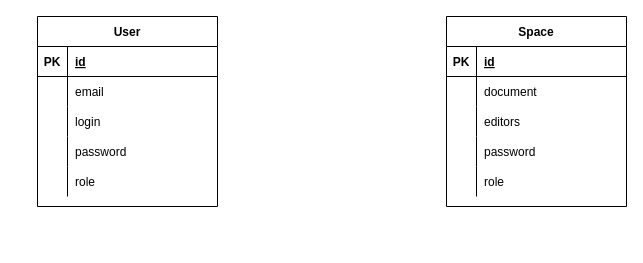
Above: src/main/resources/templates/drawio/Entity_relation_diagram.drawio in Fischerskii/shamal-notepad (draw.io), before the change. Source tidied: cells renumbered, new cells numbered last; positions are measured from the earlier drawing's top-left corner, leaving out a move shared by most shapes. Both pictures are drawn from the tidied source at 100%, with x=0, y=0 at pixel (37, 16).
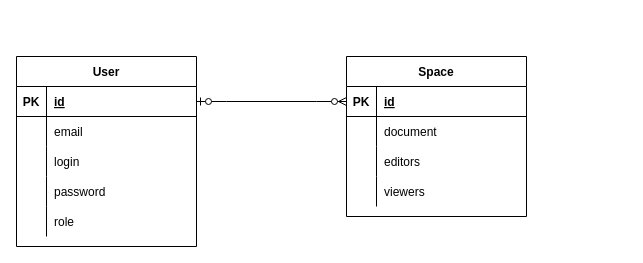
Above is the later version.

What changed in the source:
```diff
@@
     <mxCell id="2" value="User" style="shape=table;startSize=30;childLayout=tableLayout;rowLines=0;fontStyle=1;align=center;" parent="1" vertex="1">
-      <mxGeometry width="180" height="190" as="geometry" />
+      <mxGeometry x="-21" y="40" width="180" height="190" as="geometry" />
     </mxCell>
-    <mxCell id="3" style="shape=tableRow;horizontal=0;startSize=0;swimlaneHead=0;swimlaneBody=0;fillColor=none;top=0;left=0;right=0;bottom=1;" parent="2" vertex="1">
-      <mxGeometry y="30" width="180" height="30" as="geometry" />
-    </mxCell>
-    <mxCell id="4" value="PK" style="shape=partialRectangle;fillColor=none;top=0;left=0;bottom=0;right=0;fontStyle=1;overflow=hidden;" parent="3" vertex="1">
-      <mxGeometry width="30" height="30" as="geometry" />
-    </mxCell>
-    <mxCell id="5" value="id" style="shape=partialRectangle;fillColor=none;top=0;left=0;bottom=0;right=0;align=left;spacingLeft=6;fontStyle=5;overflow=hidden;" parent="3" vertex="1">
-      <mxGeometry x="30" width="150" height="30" as="geometry" />
-    </mxCell>
-    <mxCell id="6" style="shape=tableRow;horizontal=0;startSize=0;swimlaneHead=0;swimlaneBody=0;fillColor=none;top=0;left=0;right=0;bottom=0;" parent="2" vertex="1">
-      <mxGeometry y="60" width="180" height="30" as="geometry" />
-    </mxCell>
-    <mxCell id="7" style="shape=partialRectangle;fillColor=none;top=0;left=0;bottom=0;right=0;overflow=hidden;" parent="6" vertex="1">
-      <mxGeometry width="30" height="30" as="geometry" />
-    </mxCell>
+    <mxCell id="34" style="shape=tableRow;horizontal=0;startSize=0;swimlaneHead=0;swimlaneBody=0;fillColor=none;points=[[0,0.5],[1,0.5]];portConstraint=eastwest;top=0;left=0;right=0;bottom=1;" parent="2" vertex="1">
+      <mxGeometry y="30" width="180" height="30" as="geometry" />
+    </mxCell>
+    <mxCell id="35" value="PK" style="shape=partialRectangle;fillColor=none;top=0;left=0;bottom=0;right=0;fontStyle=1;overflow=hidden;" parent="34" vertex="1">
+      <mxGeometry width="30" height="30" as="geometry" />
+    </mxCell>
+    <mxCell id="36" value="id" style="shape=partialRectangle;fillColor=none;top=0;left=0;bottom=0;right=0;align=left;spacingLeft=6;fontStyle=5;overflow=hidden;" parent="34" vertex="1">
+      <mxGeometry x="30" width="150" height="30" as="geometry" />
+    </mxCell>
+    <mxCell id="37" style="shape=tableRow;horizontal=0;startSize=0;swimlaneHead=0;swimlaneBody=0;fillColor=none;top=0;left=0;right=0;bottom=0;" parent="2" vertex="1">
+      <mxGeometry y="60" width="180" height="30" as="geometry" />
+    </mxCell>
+    <mxCell id="38" style="shape=partialRectangle;fillColor=none;top=0;left=0;bottom=0;right=0;overflow=hidden;" parent="37" vertex="1">
+      <mxGeometry width="30" height="30" as="geometry" />
+    </mxCell>
-    <mxCell id="8" value="email" style="shape=partialRectangle;fillColor=none;top=0;left=0;bottom=0;right=0;align=left;spacingLeft=6;overflow=hidden;" parent="6" vertex="1">
+    <mxCell id="8" value="email" style="shape=partialRectangle;fillColor=none;top=0;left=0;bottom=0;right=0;align=left;spacingLeft=6;overflow=hidden;" parent="37" vertex="1">
       <mxGeometry x="30" width="150" height="30" as="geometry" />
     </mxCell>
-    <mxCell id="9" style="shape=tableRow;horizontal=0;startSize=0;swimlaneHead=0;swimlaneBody=0;fillColor=none;top=0;left=0;right=0;bottom=0;" parent="2" vertex="1">
-      <mxGeometry y="90" width="180" height="30" as="geometry" />
-    </mxCell>
-    <mxCell id="10" style="shape=partialRectangle;fillColor=none;top=0;left=0;bottom=0;right=0;overflow=hidden;" parent="9" vertex="1">
-      <mxGeometry width="30" height="30" as="geometry" />
-    </mxCell>
+    <mxCell id="39" style="shape=tableRow;horizontal=0;startSize=0;swimlaneHead=0;swimlaneBody=0;fillColor=none;top=0;left=0;right=0;bottom=0;" parent="2" vertex="1">
+      <mxGeometry y="90" width="180" height="30" as="geometry" />
+    </mxCell>
+    <mxCell id="40" style="shape=partialRectangle;fillColor=none;top=0;left=0;bottom=0;right=0;overflow=hidden;" parent="39" vertex="1">
+      <mxGeometry width="30" height="30" as="geometry" />
+    </mxCell>
-    <mxCell id="11" value="login" style="shape=partialRectangle;fillColor=none;top=0;left=0;bottom=0;right=0;align=left;spacingLeft=6;overflow=hidden;" parent="9" vertex="1">
+    <mxCell id="11" value="login" style="shape=partialRectangle;fillColor=none;top=0;left=0;bottom=0;right=0;align=left;spacingLeft=6;overflow=hidden;" parent="39" vertex="1">
       <mxGeometry x="30" width="150" height="30" as="geometry" />
     </mxCell>
-    <mxCell id="12" style="shape=tableRow;horizontal=0;startSize=0;swimlaneHead=0;swimlaneBody=0;fillColor=none;top=0;left=0;right=0;bottom=0;" parent="2" vertex="1">
-      <mxGeometry y="120" width="180" height="30" as="geometry" />
-    </mxCell>
-    <mxCell id="13" style="shape=partialRectangle;fillColor=none;top=0;left=0;bottom=0;right=0;overflow=hidden;" parent="12" vertex="1">
-      <mxGeometry width="30" height="30" as="geometry" />
-    </mxCell>
-    <mxCell id="14" value="password" style="shape=partialRectangle;fillColor=none;top=0;left=0;bottom=0;right=0;align=left;spacingLeft=6;overflow=hidden;" parent="12" vertex="1">
-      <mxGeometry x="30" width="150" height="30" as="geometry" />
-    </mxCell>
-    <mxCell id="15" style="shape=tableRow;horizontal=0;startSize=0;swimlaneHead=0;swimlaneBody=0;fillColor=none;top=0;left=0;right=0;bottom=0;" parent="2" vertex="1">
-      <mxGeometry y="150" width="180" height="30" as="geometry" />
-    </mxCell>
-    <mxCell id="16" style="shape=partialRectangle;fillColor=none;top=0;left=0;bottom=0;right=0;overflow=hidden;" parent="15" vertex="1">
-      <mxGeometry width="30" height="30" as="geometry" />
-    </mxCell>
-    <mxCell id="17" value="role" style="shape=partialRectangle;fillColor=none;top=0;left=0;bottom=0;right=0;align=left;spacingLeft=6;overflow=hidden;" parent="15" vertex="1">
-      <mxGeometry x="30" width="150" height="30" as="geometry" />
-    </mxCell>
+    <mxCell id="41" style="shape=tableRow;horizontal=0;startSize=0;swimlaneHead=0;swimlaneBody=0;fillColor=none;top=0;left=0;right=0;bottom=0;" parent="2" vertex="1">
+      <mxGeometry y="120" width="180" height="30" as="geometry" />
+    </mxCell>
+    <mxCell id="42" style="shape=partialRectangle;fillColor=none;top=0;left=0;bottom=0;right=0;overflow=hidden;" parent="41" vertex="1">
+      <mxGeometry width="30" height="30" as="geometry" />
+    </mxCell>
+    <mxCell id="43" value="password" style="shape=partialRectangle;fillColor=none;top=0;left=0;bottom=0;right=0;align=left;spacingLeft=6;overflow=hidden;" parent="41" vertex="1">
+      <mxGeometry x="30" width="150" height="30" as="geometry" />
+    </mxCell>
+    <mxCell id="44" style="shape=tableRow;horizontal=0;startSize=0;swimlaneHead=0;swimlaneBody=0;fillColor=none;top=0;left=0;right=0;bottom=0;" parent="2" vertex="1">
+      <mxGeometry y="150" width="180" height="30" as="geometry" />
+    </mxCell>
+    <mxCell id="45" style="shape=partialRectangle;fillColor=none;top=0;left=0;bottom=0;right=0;overflow=hidden;" parent="44" vertex="1">
+      <mxGeometry width="30" height="30" as="geometry" />
+    </mxCell>
+    <mxCell id="46" value="role" style="shape=partialRectangle;fillColor=none;top=0;left=0;bottom=0;right=0;align=left;spacingLeft=6;overflow=hidden;" parent="44" vertex="1">
+      <mxGeometry x="30" width="150" height="30" as="geometry" />
+    </mxCell>
     <mxCell id="18" value="Space" style="shape=table;startSize=30;childLayout=tableLayout;rowLines=0;fontStyle=1;align=center;" parent="1" vertex="1">
-      <mxGeometry x="409" width="180" height="190" as="geometry" />
+      <mxGeometry x="309" y="40" width="180" height="160" as="geometry" />
     </mxCell>
-    <mxCell id="19" style="shape=tableRow;horizontal=0;startSize=0;swimlaneHead=0;swimlaneBody=0;fillColor=none;top=0;left=0;right=0;bottom=1;" parent="18" vertex="1">
-      <mxGeometry y="30" width="180" height="30" as="geometry" />
-    </mxCell>
-    <mxCell id="20" value="PK" style="shape=partialRectangle;fillColor=none;top=0;left=0;bottom=0;right=0;fontStyle=1;overflow=hidden;" parent="19" vertex="1">
-      <mxGeometry width="30" height="30" as="geometry" />
-    </mxCell>
-    <mxCell id="21" value="id" style="shape=partialRectangle;fillColor=none;top=0;left=0;bottom=0;right=0;align=left;spacingLeft=6;fontStyle=5;overflow=hidden;" parent="19" vertex="1">
-      <mxGeometry x="30" width="150" height="30" as="geometry" />
-    </mxCell>
-    <mxCell id="22" style="shape=tableRow;horizontal=0;startSize=0;swimlaneHead=0;swimlaneBody=0;fillColor=none;top=0;left=0;right=0;bottom=0;" parent="18" vertex="1">
-      <mxGeometry y="60" width="180" height="30" as="geometry" />
-    </mxCell>
-    <mxCell id="23" style="shape=partialRectangle;fillColor=none;top=0;left=0;bottom=0;right=0;overflow=hidden;" parent="22" vertex="1">
-      <mxGeometry width="30" height="30" as="geometry" />
-    </mxCell>
+    <mxCell id="47" style="shape=tableRow;horizontal=0;startSize=0;swimlaneHead=0;swimlaneBody=0;fillColor=none;points=[[0,0.5],[1,0.5]];portConstraint=eastwest;top=0;left=0;right=0;bottom=1;" parent="18" vertex="1">
+      <mxGeometry y="30" width="180" height="30" as="geometry" />
+    </mxCell>
+    <mxCell id="48" value="PK" style="shape=partialRectangle;fillColor=none;top=0;left=0;bottom=0;right=0;fontStyle=1;overflow=hidden;" parent="47" vertex="1">
+      <mxGeometry width="30" height="30" as="geometry" />
+    </mxCell>
+    <mxCell id="49" value="id" style="shape=partialRectangle;fillColor=none;top=0;left=0;bottom=0;right=0;align=left;spacingLeft=6;fontStyle=5;overflow=hidden;" parent="47" vertex="1">
+      <mxGeometry x="30" width="150" height="30" as="geometry" />
+    </mxCell>
+    <mxCell id="50" style="shape=tableRow;horizontal=0;startSize=0;swimlaneHead=0;swimlaneBody=0;fillColor=none;top=0;left=0;right=0;bottom=0;" parent="18" vertex="1">
+      <mxGeometry y="60" width="180" height="30" as="geometry" />
+    </mxCell>
+    <mxCell id="51" style="shape=partialRectangle;fillColor=none;top=0;left=0;bottom=0;right=0;overflow=hidden;" parent="50" vertex="1">
+      <mxGeometry width="30" height="30" as="geometry" />
+    </mxCell>
-    <mxCell id="24" value="document" style="shape=partialRectangle;fillColor=none;top=0;left=0;bottom=0;right=0;align=left;spacingLeft=6;overflow=hidden;" parent="22" vertex="1">
+    <mxCell id="24" value="document" style="shape=partialRectangle;fillColor=none;top=0;left=0;bottom=0;right=0;align=left;spacingLeft=6;overflow=hidden;" parent="50" vertex="1">
       <mxGeometry x="30" width="150" height="30" as="geometry" />
     </mxCell>
-    <mxCell id="25" style="shape=tableRow;horizontal=0;startSize=0;swimlaneHead=0;swimlaneBody=0;fillColor=none;top=0;left=0;right=0;bottom=0;" parent="18" vertex="1">
-      <mxGeometry y="90" width="180" height="30" as="geometry" />
-    </mxCell>
-    <mxCell id="26" style="shape=partialRectangle;fillColor=none;top=0;left=0;bottom=0;right=0;overflow=hidden;" parent="25" vertex="1">
-      <mxGeometry width="30" height="30" as="geometry" />
-    </mxCell>
+    <mxCell id="52" style="shape=tableRow;horizontal=0;startSize=0;swimlaneHead=0;swimlaneBody=0;fillColor=none;top=0;left=0;right=0;bottom=0;" parent="18" vertex="1">
+      <mxGeometry y="90" width="180" height="30" as="geometry" />
+    </mxCell>
+    <mxCell id="53" style="shape=partialRectangle;fillColor=none;top=0;left=0;bottom=0;right=0;overflow=hidden;" parent="52" vertex="1">
+      <mxGeometry width="30" height="30" as="geometry" />
+    </mxCell>
-    <mxCell id="27" value="editors" style="shape=partialRectangle;fillColor=none;top=0;left=0;bottom=0;right=0;align=left;spacingLeft=6;overflow=hidden;" parent="25" vertex="1">
+    <mxCell id="27" value="editors" style="shape=partialRectangle;fillColor=none;top=0;left=0;bottom=0;right=0;align=left;spacingLeft=6;overflow=hidden;" parent="52" vertex="1">
       <mxGeometry x="30" width="150" height="30" as="geometry" />
     </mxCell>
-    <mxCell id="28" style="shape=tableRow;horizontal=0;startSize=0;swimlaneHead=0;swimlaneBody=0;fillColor=none;top=0;left=0;right=0;bottom=0;" parent="18" vertex="1">
-      <mxGeometry y="120" width="180" height="30" as="geometry" />
-    </mxCell>
-    <mxCell id="29" style="shape=partialRectangle;fillColor=none;top=0;left=0;bottom=0;right=0;overflow=hidden;" parent="28" vertex="1">
-      <mxGeometry width="30" height="30" as="geometry" />
-    </mxCell>
-    <mxCell id="30" value="password" style="shape=partialRectangle;fillColor=none;top=0;left=0;bottom=0;right=0;align=left;spacingLeft=6;overflow=hidden;" parent="28" vertex="1">
-      <mxGeometry x="30" width="150" height="30" as="geometry" />
-    </mxCell>
-    <mxCell id="31" style="shape=tableRow;horizontal=0;startSize=0;swimlaneHead=0;swimlaneBody=0;fillColor=none;top=0;left=0;right=0;bottom=0;" parent="18" vertex="1">
-      <mxGeometry y="150" width="180" height="30" as="geometry" />
-    </mxCell>
-    <mxCell id="32" style="shape=partialRectangle;fillColor=none;top=0;left=0;bottom=0;right=0;overflow=hidden;" parent="31" vertex="1">
-      <mxGeometry width="30" height="30" as="geometry" />
-    </mxCell>
-    <mxCell id="33" value="role" style="shape=partialRectangle;fillColor=none;top=0;left=0;bottom=0;right=0;align=left;spacingLeft=6;overflow=hidden;" parent="31" vertex="1">
-      <mxGeometry x="30" width="150" height="30" as="geometry" />
-    </mxCell>
+    <mxCell id="54" style="shape=tableRow;horizontal=0;startSize=0;swimlaneHead=0;swimlaneBody=0;fillColor=none;top=0;left=0;right=0;bottom=0;" parent="18" vertex="1">
+      <mxGeometry y="120" width="180" height="30" as="geometry" />
+    </mxCell>
+    <mxCell id="55" style="shape=partialRectangle;fillColor=none;top=0;left=0;bottom=0;right=0;overflow=hidden;" parent="54" vertex="1">
+      <mxGeometry width="30" height="30" as="geometry" />
+    </mxCell>
+    <mxCell id="56" value="viewers" style="shape=partialRectangle;fillColor=none;top=0;left=0;bottom=0;right=0;align=left;spacingLeft=6;overflow=hidden;" parent="54" vertex="1">
+      <mxGeometry x="30" width="150" height="30" as="geometry" />
+    </mxCell>
+    <mxCell id="57" style="edgeStyle=entityRelationEdgeStyle;fontSize=12;html=1;endArrow=ERzeroToMany;startArrow=ERzeroToOne;rounded=0;exitX=1;exitY=0.5;exitDx=0;exitDy=0;entryX=0;entryY=0.5;entryDx=0;entryDy=0;" parent="1" edge="1" source="34" target="47">
+      <mxGeometry relative="1" as="geometry" />
+    </mxCell>
```
